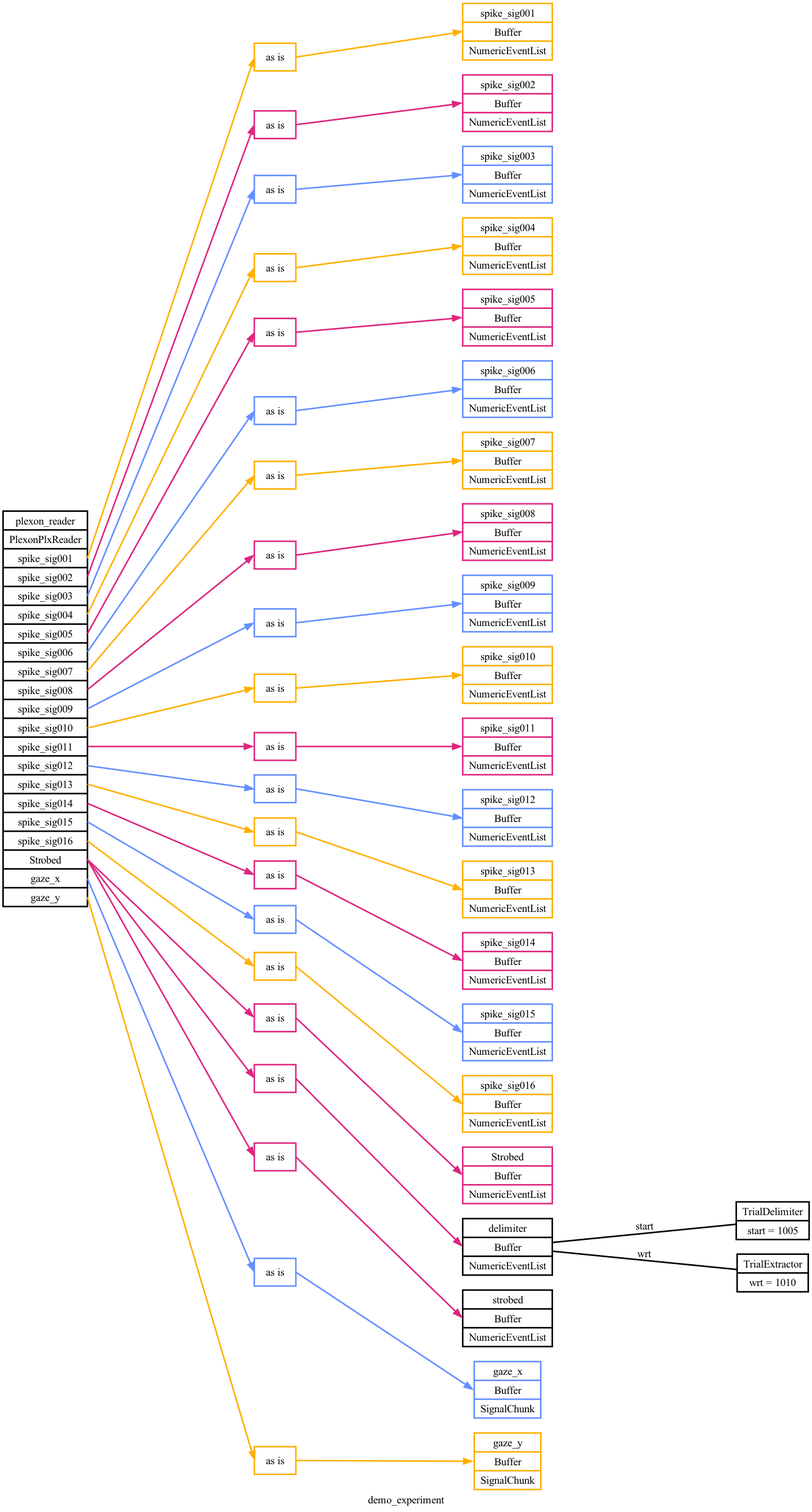
benjamin-heasly/gold-lab-nwb-conversions keeps this Graphviz diagram as pyramid/docs/plexon-demo/demo_experiment.png. Above is the earlier version. Its source is kept beside it as pyramid/docs/plexon-demo/demo_experiment.dot.
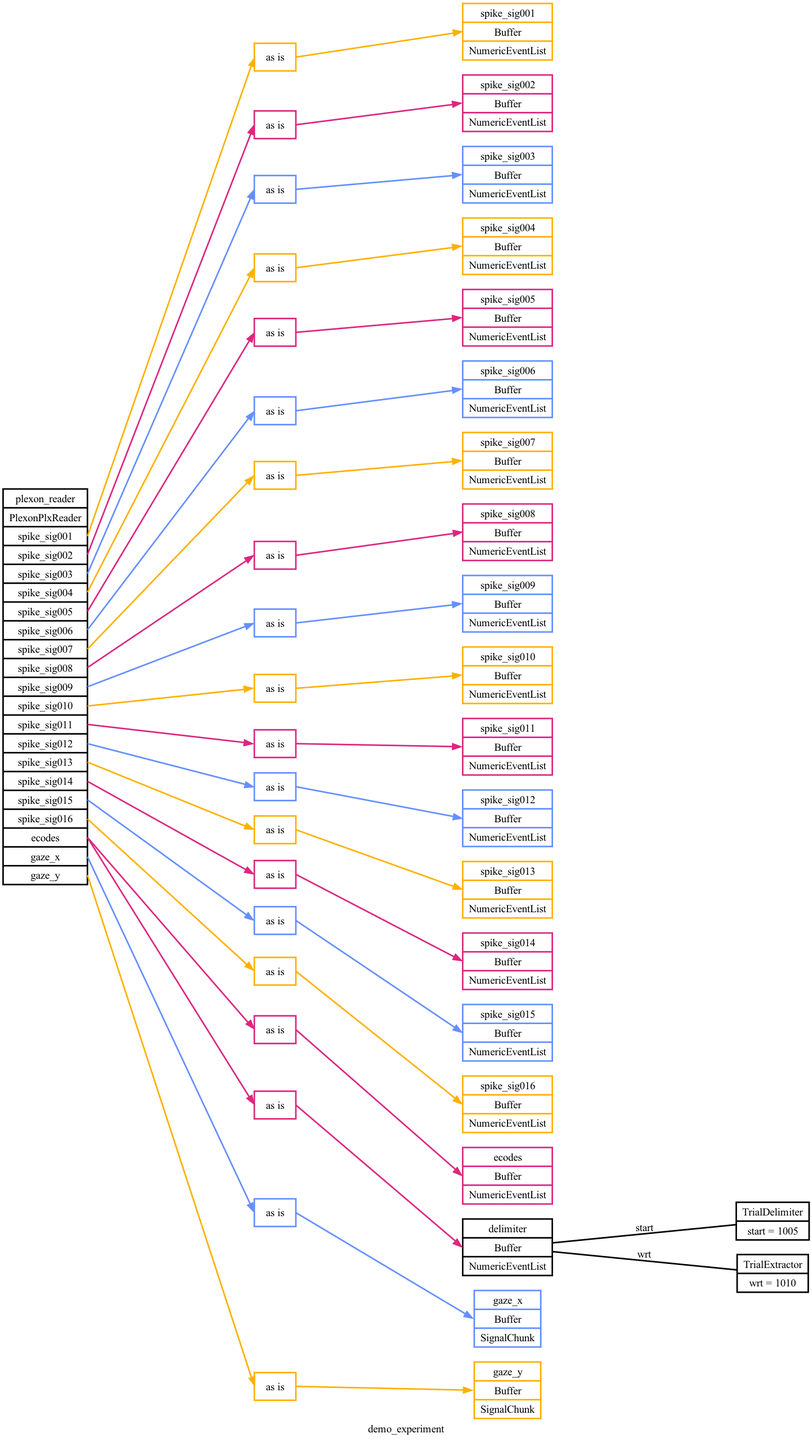
The same file after the commit.

Commit message:
Rename ecodes event channel in Pyramid Plexon demo.

Diff of the diagram source:
```diff
@@ -2,7 +2,7 @@
 	graph [label=demo_experiment overlap=scale rankdir=LR ranksep=3.0 splines=false]
 	node [penwidth=2.0]
 	edge [penwidth=2.0]
-	plexon_reader [label="plexon_reader|PlexonPlxReader|<spike_sig001>spike_sig001|<spike_sig002>spike_sig002|<spike_sig003>spike_sig003|<spike_sig004>spike_sig004|<spike_sig005>spike_sig005|<spike_sig006>spike_sig006|<spike_sig007>spike_sig007|<spike_sig008>spike_sig008|<spike_sig009>spike_sig009|<spike_sig010>spike_sig010|<spike_sig011>spike_sig011|<spike_sig012>spike_sig012|<spike_sig013>spike_sig013|<spike_sig014>spike_sig014|<spike_sig015>spike_sig015|<spike_sig016>spike_sig016|<Strobed>Strobed|<gaze_x>gaze_x|<gaze_y>gaze_y" shape=record]
+	plexon_reader [label="plexon_reader|PlexonPlxReader|<spike_sig001>spike_sig001|<spike_sig002>spike_sig002|<spike_sig003>spike_sig003|<spike_sig004>spike_sig004|<spike_sig005>spike_sig005|<spike_sig006>spike_sig006|<spike_sig007>spike_sig007|<spike_sig008>spike_sig008|<spike_sig009>spike_sig009|<spike_sig010>spike_sig010|<spike_sig011>spike_sig011|<spike_sig012>spike_sig012|<spike_sig013>spike_sig013|<spike_sig014>spike_sig014|<spike_sig015>spike_sig015|<spike_sig016>spike_sig016|<ecodes>ecodes|<gaze_x>gaze_x|<gaze_y>gaze_y" shape=record]
 	spike_sig001 [label="spike_sig001|Buffer|NumericEventList" color="#FFB000" shape=record]
 	spike_sig002 [label="spike_sig002|Buffer|NumericEventList" color="#DC267F" shape=record]
 	spike_sig003 [label="spike_sig003|Buffer|NumericEventList" color="#648FFF" shape=record]
@@ -19,11 +19,10 @@
 	spike_sig014 [label="spike_sig014|Buffer|NumericEventList" color="#DC267F" shape=record]
 	spike_sig015 [label="spike_sig015|Buffer|NumericEventList" color="#648FFF" shape=record]
 	spike_sig016 [label="spike_sig016|Buffer|NumericEventList" color="#FFB000" shape=record]
-	Strobed [label="Strobed|Buffer|NumericEventList" color="#DC267F" shape=record]
+	ecodes [label="ecodes|Buffer|NumericEventList" color="#DC267F" shape=record]
 	gaze_x [label="gaze_x|Buffer|SignalChunk" color="#648FFF" shape=record]
 	gaze_y [label="gaze_y|Buffer|SignalChunk" color="#FFB000" shape=record]
 	delimiter [label="delimiter|Buffer|NumericEventList" shape=record]
-	strobed [label="strobed|Buffer|NumericEventList" shape=record]
 	plexon_reader_route_0 [label="as is" color="#FFB000" shape=record]
 	plexon_reader:spike_sig001:e -> plexon_reader_route_0:w [color="#FFB000"]
 	plexon_reader_route_0:e -> spike_sig001:w [color="#FFB000"]
@@ -73,8 +72,8 @@
 	plexon_reader:spike_sig016:e -> plexon_reader_route_15:w [color="#FFB000"]
 	plexon_reader_route_15:e -> spike_sig016:w [color="#FFB000"]
 	plexon_reader_route_16 [label="as is" color="#DC267F" shape=record]
-	plexon_reader:Strobed:e -> plexon_reader_route_16:w [color="#DC267F"]
-	plexon_reader_route_16:e -> Strobed:w [color="#DC267F"]
+	plexon_reader:ecodes:e -> plexon_reader_route_16:w [color="#DC267F"]
+	plexon_reader_route_16:e -> ecodes:w [color="#DC267F"]
 	plexon_reader_route_17 [label="as is" color="#648FFF" shape=record]
 	plexon_reader:gaze_x:e -> plexon_reader_route_17:w [color="#648FFF"]
 	plexon_reader_route_17:e -> gaze_x:w [color="#648FFF"]
@@ -82,11 +81,8 @@
 	plexon_reader:gaze_y:e -> plexon_reader_route_18:w [color="#FFB000"]
 	plexon_reader_route_18:e -> gaze_y:w [color="#FFB000"]
 	plexon_reader_route_19 [label="as is" color="#DC267F" shape=record]
-	plexon_reader:Strobed:e -> plexon_reader_route_19:w [color="#DC267F"]
+	plexon_reader:ecodes:e -> plexon_reader_route_19:w [color="#DC267F"]
 	plexon_reader_route_19:e -> delimiter:w [color="#DC267F"]
-	plexon_reader_route_20 [label="as is" color="#DC267F" shape=record]
-	plexon_reader:Strobed:e -> plexon_reader_route_20:w [color="#DC267F"]
-	plexon_reader_route_20:e -> strobed:w [color="#DC267F"]
 	trial_delimiter [label="TrialDelimiter|start = 1005" shape=record]
 	delimiter -> trial_delimiter [label=start arrowhead=none arrowtail=none]
 	trial_extractor [label="TrialExtractor|wrt = 1010" shape=record]
```
